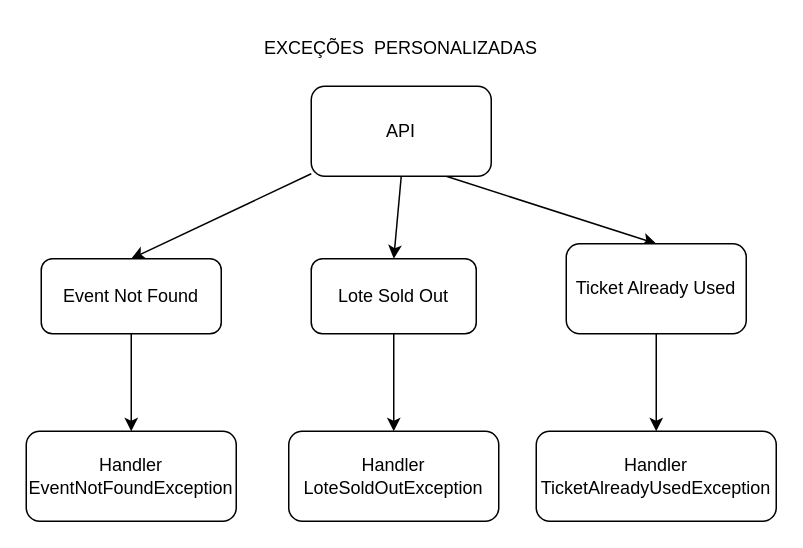
This is docs/EXCEPTIONS.drawio from GuFerreiraV/eventual-api, a draw.io file, before an edit. Source tidied: cells renumbered, new cells numbered last; positions are measured from the earlier drawing's top-left corner, leaving out a move shared by most shapes. Both pictures are drawn from the tidied source at 150%, with x=0, y=0 at pixel (26, 26).
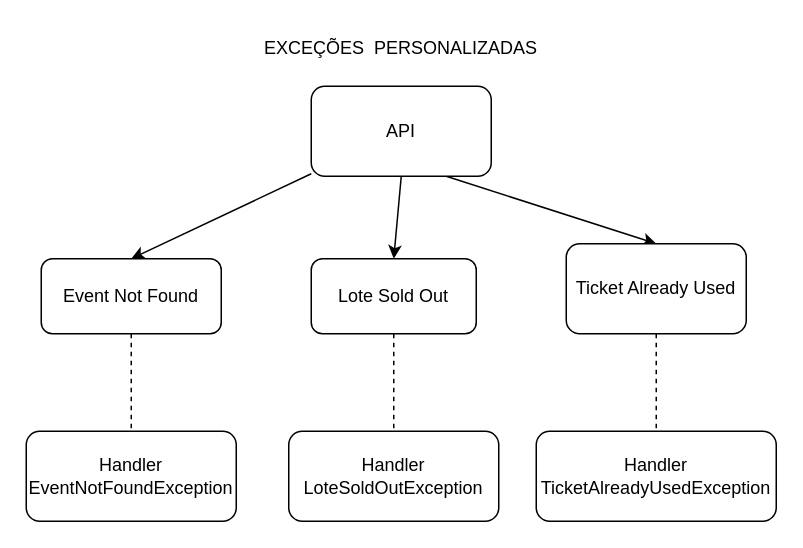
The same diagram, later.

The edit, as a diff of the source:
```diff
@@
 <mxGraphModel>
   <root>
     <mxCell id="0" />
     <mxCell id="1" parent="0" />
     <mxCell id="2" value="EXCEÇÕES&amp;nbsp; PERSONALIZADAS" style="text;html=1;whiteSpace=wrap;strokeColor=none;fillColor=none;align=center;verticalAlign=middle;rounded=0;" parent="1" vertex="1">
       <mxGeometry x="140" width="220" height="30" as="geometry" />
     </mxCell>
-    <mxCell id="3" style="edgeStyle=none;html=1;" parent="1" edge="1" source="4" target="5">
+    <mxCell id="3" style="edgeStyle=none;html=1;dashed=1;endArrow=none;endFill=0;" parent="1" edge="1" source="4" target="5">
       <mxGeometry relative="1" as="geometry" />
     </mxCell>
     <mxCell id="4" value="Event Not Found" style="rounded=1;whiteSpace=wrap;html=1;roundedPerimeter=1;" parent="1" vertex="1">
       <mxGeometry x="10" y="155" width="120" height="50" as="geometry" />
     </mxCell>
     <mxCell id="5" value="Handler EventNotFoundException" style="whiteSpace=wrap;html=1;rounded=1;roundedPerimeter=1;" parent="1" vertex="1">
       <mxGeometry y="270" width="140" height="60" as="geometry" />
     </mxCell>
     <mxCell id="6" style="edgeStyle=none;html=1;entryX=0.5;entryY=0;entryDx=0;entryDy=0;" parent="1" edge="1" source="9" target="4">
       <mxGeometry relative="1" as="geometry" />
     </mxCell>
     <mxCell id="7" style="edgeStyle=none;html=1;exitX=0.5;exitY=1;exitDx=0;exitDy=0;entryX=0.5;entryY=0;entryDx=0;entryDy=0;" parent="1" edge="1" source="9" target="11">
       <mxGeometry relative="1" as="geometry" />
     </mxCell>
     <mxCell id="8" style="edgeStyle=none;html=1;exitX=0.75;exitY=1;exitDx=0;exitDy=0;entryX=0.5;entryY=0;entryDx=0;entryDy=0;" parent="1" edge="1" source="9" target="14">
       <mxGeometry relative="1" as="geometry" />
     </mxCell>
     <mxCell id="9" value="API" style="rounded=1;whiteSpace=wrap;html=1;roundedPerimeter=1;" parent="1" vertex="1">
       <mxGeometry x="190" y="40" width="120" height="60" as="geometry" />
     </mxCell>
-    <mxCell id="10" style="edgeStyle=none;html=1;" parent="1" edge="1" source="11" target="12">
+    <mxCell id="10" style="edgeStyle=none;html=1;endArrow=none;endFill=0;dashed=1;" parent="1" edge="1" source="11" target="12">
       <mxGeometry relative="1" as="geometry" />
     </mxCell>
     <mxCell id="11" value="Lote Sold Out" style="rounded=1;whiteSpace=wrap;html=1;roundedPerimeter=1;" parent="1" vertex="1">
       <mxGeometry x="190" y="155" width="110" height="50" as="geometry" />
     </mxCell>
     <mxCell id="12" value="Handler LoteSoldOutException" style="whiteSpace=wrap;html=1;rounded=1;roundedPerimeter=1;" parent="1" vertex="1">
       <mxGeometry x="175" y="270" width="140" height="60" as="geometry" />
     </mxCell>
-    <mxCell id="13" style="edgeStyle=none;html=1;" parent="1" edge="1" source="14" target="15">
+    <mxCell id="13" style="edgeStyle=none;html=1;endArrow=none;endFill=0;dashed=1;" parent="1" edge="1" source="14" target="15">
       <mxGeometry relative="1" as="geometry" />
     </mxCell>
     <mxCell id="14" value="Ticket Already Used" style="rounded=1;whiteSpace=wrap;html=1;roundedPerimeter=1;" parent="1" vertex="1">
       <mxGeometry x="360" y="145" width="120" height="60" as="geometry" />
     </mxCell>
     <mxCell id="15" value="Handler&lt;div&gt;TicketAlreadyUsedException&lt;/div&gt;" style="whiteSpace=wrap;html=1;rounded=1;roundedPerimeter=1;" parent="1" vertex="1">
       <mxGeometry x="340" y="270" width="160" height="60" as="geometry" />
     </mxCell>
   </root>
 </mxGraphModel>
```
